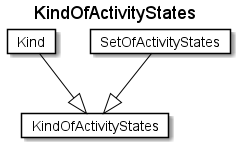
rtigran/rdf2adoc keeps this PlantUML diagram as fragments/diagrams/KindOfActivityStates.png. Above is the earlier version.
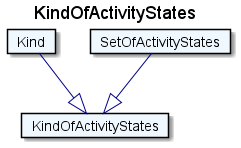
Above is the later version.

The edit, as a diff of the source:
```diff
@@ -1,15 +1,15 @@
 @startuml
 Title KindOfActivityStates
 
-Card KindOfActivityStates #fff [
+Card KindOfActivityStates #F0F8FF [
 KindOfActivityStates
 ]
-Card Kind #fff [
+Card Kind #F0F8FF [
 Kind
 ]
-Kind --|> KindOfActivityStates  #000
-Card SetOfActivityStates #fff [
+Kind --|> KindOfActivityStates  #00008B
+Card SetOfActivityStates #F0F8FF [
 SetOfActivityStates
 ]
-SetOfActivityStates --|> KindOfActivityStates  #000
+SetOfActivityStates --|> KindOfActivityStates  #00008B
 @enduml
```
